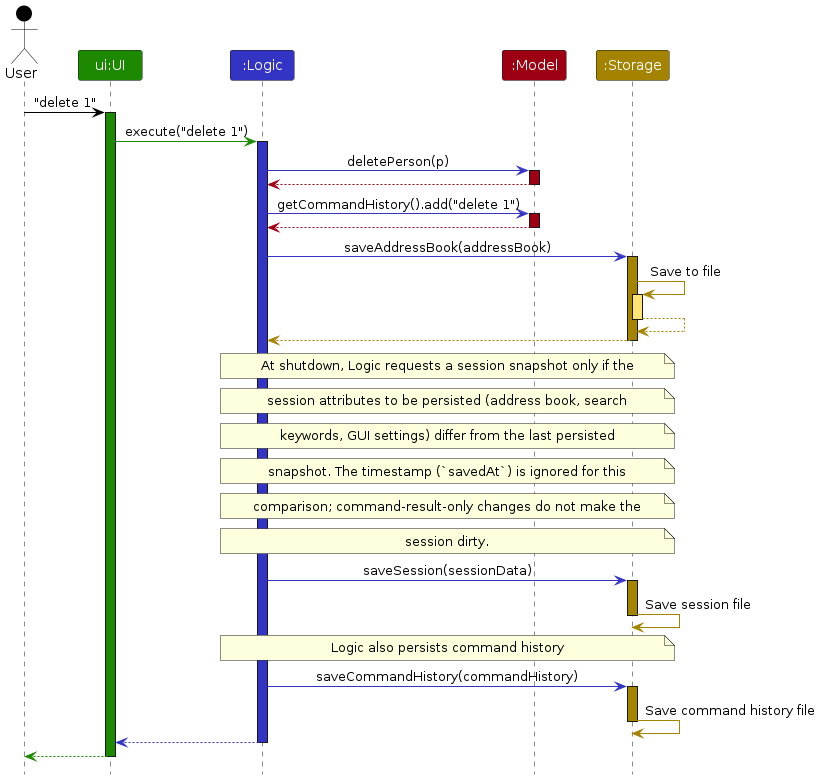
Earlier version of the PlantUML export diagrams/ArchitectureSequenceDiagram.png (AY2526S1-CS2103T-T13-2/tp). Its source is kept beside it as diagrams/ArchitectureSequenceDiagram.puml.
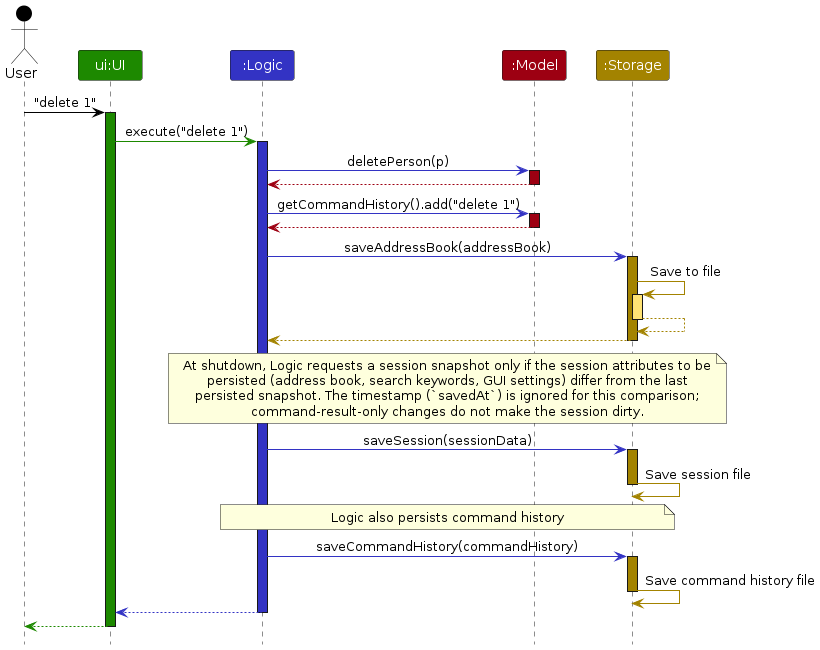
After the commit.

Diff of the diagram source:
```diff
@@ -35,12 +35,12 @@
 storage --[STORAGE_COLOR]> logic
 deactivate storage
 
-note over logic,storage: At shutdown, Logic requests a session snapshot only if the
-note over logic,storage: session attributes to be persisted (address book, search
-note over logic,storage: keywords, GUI settings) differ from the last persisted
-note over logic,storage: snapshot. The timestamp (`savedAt`) is ignored for this
-note over logic,storage: comparison; command-result-only changes do not make the
-note over logic,storage: session dirty.
+note over logic,storage
+At shutdown, Logic requests a session snapshot only if the session attributes to be
+persisted (address book, search keywords, GUI settings) differ from the last
+persisted snapshot. The timestamp (`savedAt`) is ignored for this comparison;
+command-result-only changes do not make the session dirty.
+end note
 logic -[LOGIC_COLOR]> storage : saveSession(sessionData)
 activate storage STORAGE_COLOR
 storage -[STORAGE_COLOR]> storage : Save session file
```
